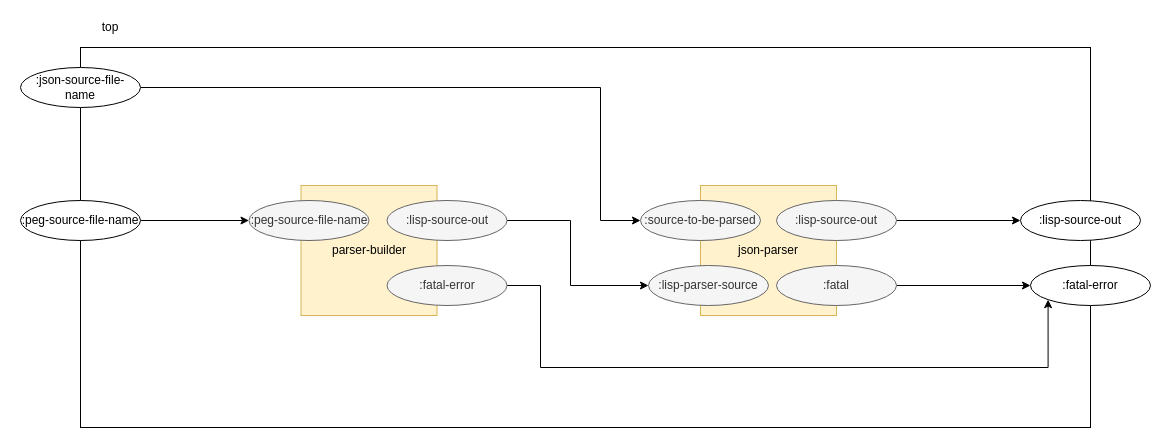
Before: build_process/cl-build/json-parser.drawio in bmfbp/bmfbp, a draw.io diagram. Source tidied: cells renumbered, new cells numbered last; positions are measured from the earlier drawing's top-left corner, leaving out a move shared by most shapes. Both pictures are drawn from the tidied source at 100%, with x=0, y=0 at pixel (20, 17).
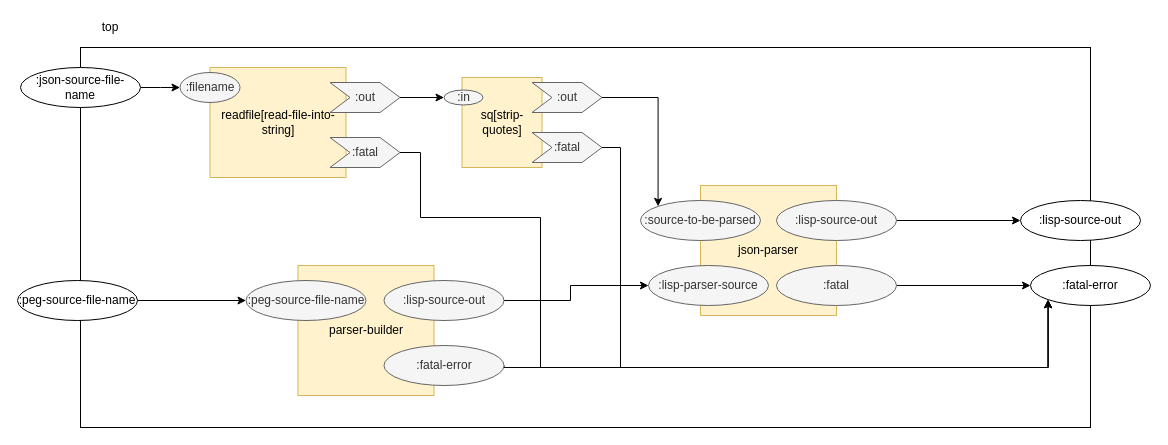
The same diagram, later.

Commit message (it also covers changes not shown here):
modifications for alpha code json parser

The change refers to these unchanged cells:
```xml
<mxCell id="12" value=":json-source-file-name" style="ellipse;whiteSpace=wrap;html=1;" parent="1" vertex="1">
  <mxGeometry y="50" width="120" height="40" as="geometry" />
</mxCell>
<mxCell id="14" value=":lisp-parser-source" style="ellipse;whiteSpace=wrap;html=1;fillColor=#f5f5f5;strokeColor=#666666;fontColor=#333333;" parent="1" vertex="1">
  <mxGeometry x="628" y="248" width="120" height="40" as="geometry" />
</mxCell>
<mxCell id="15" value=":source-to-be-parsed" style="ellipse;whiteSpace=wrap;html=1;fillColor=#f5f5f5;strokeColor=#666666;fontColor=#333333;" parent="1" vertex="1">
  <mxGeometry x="620" y="183" width="120" height="40" as="geometry" />
</mxCell>
<mxCell id="18" value=":fatal-error" style="ellipse;whiteSpace=wrap;html=1;" parent="1" vertex="1">
  <mxGeometry x="1010" y="248" width="120" height="40" as="geometry" />
</mxCell>
```

The edit, as a diff of the source:
```diff
@@
     <mxCell id="3" value="parser-builder" style="rounded=0;whiteSpace=wrap;html=1;fillColor=#fff2cc;strokeColor=#d6b656;" parent="1" vertex="1">
-      <mxGeometry x="280.5" y="168" width="136" height="130" as="geometry" />
+      <mxGeometry x="277.5" y="248" width="136" height="130" as="geometry" />
     </mxCell>
     <mxCell id="4" value=":peg-source-file-name" style="ellipse;whiteSpace=wrap;html=1;fillColor=#f5f5f5;strokeColor=#666666;fontColor=#333333;" parent="1" vertex="1">
-      <mxGeometry x="228.5" y="183" width="120" height="40" as="geometry" />
+      <mxGeometry x="225.5" y="263" width="120" height="40" as="geometry" />
     </mxCell>
     <mxCell id="5" style="edgeStyle=orthogonalEdgeStyle;rounded=0;jettySize=auto;html=0;exitX=1;exitY=0.5;exitDx=0;exitDy=0;entryX=0;entryY=0.5;entryDx=0;entryDy=0;" parent="1" edge="1" source="6" target="14">
       <mxGeometry relative="1" as="geometry">
         <Array as="points">
-          <mxPoint x="550" y="203" />
+          <mxPoint x="550" y="283" />
           <mxPoint x="550" y="268" />
         </Array>
       </mxGeometry>
     </mxCell>
     <mxCell id="6" value=":lisp-source-out" style="ellipse;whiteSpace=wrap;html=1;fillColor=#f5f5f5;strokeColor=#666666;fontColor=#333333;" parent="1" vertex="1">
-      <mxGeometry x="366.5" y="183" width="120" height="40" as="geometry" />
+      <mxGeometry x="363.5" y="263" width="120" height="40" as="geometry" />
     </mxCell>
     <mxCell id="7" style="edgeStyle=orthogonalEdgeStyle;rounded=0;jettySize=auto;html=0;exitX=1;exitY=0.5;exitDx=0;exitDy=0;entryX=0;entryY=1;entryDx=0;entryDy=0;" parent="1" edge="1" source="8" target="18">
       <mxGeometry relative="1" as="geometry">
         <Array as="points">
-          <mxPoint x="520" y="268" />
-          <mxPoint x="520" y="350" />
+          <mxPoint x="484" y="350" />
           <mxPoint x="1028" y="350" />
         </Array>
       </mxGeometry>
     </mxCell>
     <mxCell id="8" value=":fatal-error" style="ellipse;whiteSpace=wrap;html=1;fillColor=#f5f5f5;strokeColor=#666666;fontColor=#333333;" parent="1" vertex="1">
-      <mxGeometry x="366.5" y="248" width="120" height="40" as="geometry" />
+      <mxGeometry x="363.5" y="328" width="120" height="40" as="geometry" />
     </mxCell>
@@
     <mxCell id="10" value=":peg-source-file-name" style="ellipse;whiteSpace=wrap;html=1;" parent="1" vertex="1">
-      <mxGeometry y="183" width="120" height="40" as="geometry" />
+      <mxGeometry x="-3" y="263" width="120" height="40" as="geometry" />
     </mxCell>
-    <mxCell id="11" style="edgeStyle=orthogonalEdgeStyle;rounded=0;jettySize=auto;html=0;exitX=1;exitY=0.5;exitDx=0;exitDy=0;entryX=0;entryY=0.5;entryDx=0;entryDy=0;" parent="1" edge="1" source="12" target="15">
-      <mxGeometry relative="1" as="geometry">
-        <Array as="points">
-          <mxPoint x="580" y="70" />
-          <mxPoint x="580" y="203" />
-        </Array>
-      </mxGeometry>
-    </mxCell>
+    <mxCell id="23" style="edgeStyle=orthogonalEdgeStyle;rounded=0;jettySize=auto;html=1;exitX=1;exitY=0.5;exitDx=0;exitDy=0;" parent="1" edge="1" source="12" target="25">
+      <mxGeometry relative="1" as="geometry" />
+    </mxCell>
@@
+    <mxCell id="24" value="readfile[read-file-into-string]" style="rounded=0;whiteSpace=wrap;html=1;fillColor=#fff2cc;strokeColor=#d6b656;" parent="1" vertex="1">
+      <mxGeometry x="189.5" y="50" width="136" height="110" as="geometry" />
+    </mxCell>
+    <mxCell id="25" value=":filename" style="ellipse;whiteSpace=wrap;html=1;fillColor=#f5f5f5;strokeColor=#666666;fontColor=#333333;" parent="1" vertex="1">
+      <mxGeometry x="159.5" y="55" width="60" height="30" as="geometry" />
+    </mxCell>
+    <mxCell id="26" style="edgeStyle=orthogonalEdgeStyle;rounded=0;jettySize=auto;html=0;exitX=1;exitY=0.5;exitDx=0;exitDy=0;entryX=0;entryY=0.5;entryDx=0;entryDy=0;" parent="1" edge="1" source="27" target="31">
+      <mxGeometry relative="1" as="geometry" />
+    </mxCell>
+    <mxCell id="27" value=":out" style="shape=step;perimeter=stepPerimeter;whiteSpace=wrap;html=1;fixedSize=1;fillColor=#f5f5f5;strokeColor=#666666;fontColor=#333333;" parent="1" vertex="1">
+      <mxGeometry x="309.5" y="65" width="70" height="30" as="geometry" />
+    </mxCell>
+    <mxCell id="28" style="edgeStyle=orthogonalEdgeStyle;rounded=0;jettySize=auto;html=1;exitX=1;exitY=0.5;exitDx=0;exitDy=0;entryX=0;entryY=1;entryDx=0;entryDy=0;" parent="1" edge="1" source="29" target="18">
+      <mxGeometry relative="1" as="geometry">
+        <Array as="points">
+          <mxPoint x="400" y="135" />
+          <mxPoint x="400" y="200" />
+          <mxPoint x="520" y="200" />
+          <mxPoint x="520" y="350" />
+          <mxPoint x="1028" y="350" />
+        </Array>
+      </mxGeometry>
+    </mxCell>
+    <mxCell id="29" value=":fatal" style="shape=step;perimeter=stepPerimeter;whiteSpace=wrap;html=1;fixedSize=1;fillColor=#f5f5f5;strokeColor=#666666;fontColor=#333333;" parent="1" vertex="1">
+      <mxGeometry x="309.5" y="120" width="70" height="30" as="geometry" />
+    </mxCell>
+    <mxCell id="30" value="sq[strip-quotes]" style="rounded=0;whiteSpace=wrap;html=1;fillColor=#fff2cc;strokeColor=#d6b656;" parent="1" vertex="1">
+      <mxGeometry x="441.5" y="60" width="80" height="90" as="geometry" />
+    </mxCell>
+    <mxCell id="31" value=":in" style="ellipse;whiteSpace=wrap;html=1;fillColor=#f5f5f5;strokeColor=#666666;fontColor=#333333;" parent="1" vertex="1">
+      <mxGeometry x="423.5" y="72.5" width="39" height="15" as="geometry" />
+    </mxCell>
+    <mxCell id="32" style="edgeStyle=orthogonalEdgeStyle;rounded=0;jettySize=auto;html=1;exitX=1;exitY=0.5;exitDx=0;exitDy=0;entryX=0;entryY=0;entryDx=0;entryDy=0;" parent="1" edge="1" source="33" target="15">
+      <mxGeometry relative="1" as="geometry" />
+    </mxCell>
+    <mxCell id="33" value=":out" style="shape=step;perimeter=stepPerimeter;whiteSpace=wrap;html=1;fixedSize=1;fillColor=#f5f5f5;strokeColor=#666666;fontColor=#333333;" parent="1" vertex="1">
+      <mxGeometry x="511.5" y="65" width="70" height="30" as="geometry" />
+    </mxCell>
+    <mxCell id="34" style="edgeStyle=orthogonalEdgeStyle;rounded=0;jettySize=auto;html=1;exitX=1;exitY=0.5;exitDx=0;exitDy=0;entryX=0;entryY=1;entryDx=0;entryDy=0;" parent="1" edge="1" source="35" target="18">
+      <mxGeometry relative="1" as="geometry">
+        <Array as="points">
+          <mxPoint x="600" y="130" />
+          <mxPoint x="600" y="350" />
+          <mxPoint x="1028" y="350" />
+        </Array>
+      </mxGeometry>
+    </mxCell>
+    <mxCell id="35" value=":fatal" style="shape=step;perimeter=stepPerimeter;whiteSpace=wrap;html=1;fixedSize=1;fillColor=#f5f5f5;strokeColor=#666666;fontColor=#333333;" parent="1" vertex="1">
+      <mxGeometry x="511.5" y="115" width="70" height="30" as="geometry" />
+    </mxCell>
```
